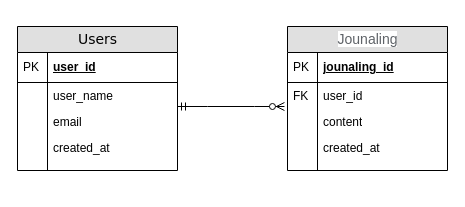
The draw.io diagram documents/DB.drawio in MatsudaSaku/MoodTune, before the edit. Source tidied: cells renumbered, new cells numbered last; positions are measured from the earlier drawing's top-left corner, leaving out a move shared by most shapes. Both pictures are drawn from the tidied source at 100%, with x=0, y=0 at pixel (17, 26).
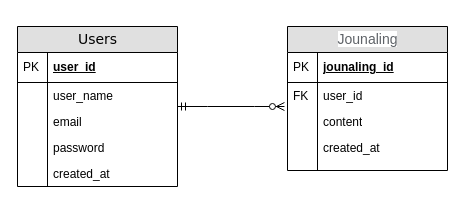
The same diagram, later.

Commit message:
DB.drawio を更新します

Change to the diagram source:
```diff
@@
     <mxCell id="13" value="Users" style="swimlane;html=1;fontStyle=0;horizontal=1;startSize=26;fillColor=#e0e0e0;swimlaneFillColor=none;align=center;rounded=0;shadow=0;comic=0;labelBackgroundColor=none;strokeWidth=1;fontFamily=Verdana;fontSize=14;" parent="1" vertex="1">
-      <mxGeometry width="160" height="144" as="geometry" />
+      <mxGeometry width="160" height="160" as="geometry" />
     </mxCell>
@@
-    <mxCell id="20" value="created_at" style="shape=partialRectangle;top=0;left=0;right=0;bottom=0;html=1;align=left;verticalAlign=top;fillColor=none;spacingLeft=34;spacingRight=4;whiteSpace=wrap;overflow=hidden;" parent="13" vertex="1">
+    <mxCell id="20" value="password" style="shape=partialRectangle;top=0;left=0;right=0;bottom=0;html=1;align=left;verticalAlign=top;fillColor=none;spacingLeft=34;spacingRight=4;whiteSpace=wrap;overflow=hidden;" parent="13" vertex="1">
       <mxGeometry y="108" width="160" height="26" as="geometry" />
     </mxCell>
@@
-    <mxCell id="22" style="shape=partialRectangle;top=0;left=0;right=0;bottom=0;html=1;align=left;verticalAlign=top;fillColor=none;spacingLeft=34;spacingRight=4;whiteSpace=wrap;overflow=hidden;" parent="13" vertex="1">
-      <mxGeometry y="134" width="160" height="10" as="geometry" />
+    <mxCell id="22" value="created_at" style="shape=partialRectangle;top=0;left=0;right=0;bottom=0;html=1;align=left;verticalAlign=top;fillColor=none;spacingLeft=34;spacingRight=4;whiteSpace=wrap;overflow=hidden;" parent="13" vertex="1">
+      <mxGeometry y="134" width="160" height="26" as="geometry" />
     </mxCell>
     <mxCell id="23" style="shape=partialRectangle;top=0;left=0;bottom=0;html=1;fillColor=none;align=left;verticalAlign=top;spacingLeft=4;spacingRight=4;whiteSpace=wrap;overflow=hidden;" parent="22" vertex="1">
-      <mxGeometry width="30" height="10" as="geometry" />
+      <mxGeometry width="30" height="26" as="geometry" />
     </mxCell>
```
